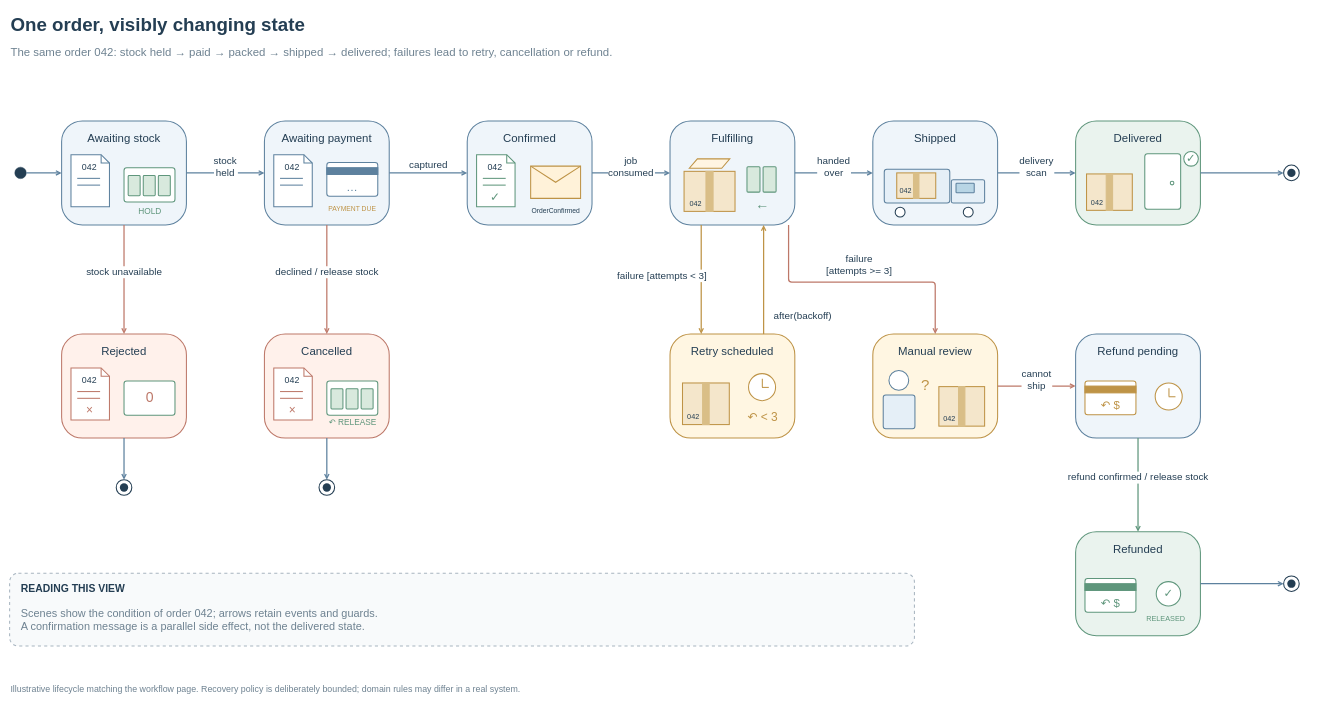
Before: page "Order lifecycle" (2 of 2) of examples/ecommerce-order.drawio in henry867/drawio-visuals-skill, a draw.io diagram. Source tidied: cells renumbered, new cells numbered last; positions are measured from the earlier drawing's top-left corner, leaving out a move shared by most shapes. Both pictures are drawn from the tidied source at 52%, with x=0, y=0 at pixel (9, 9).
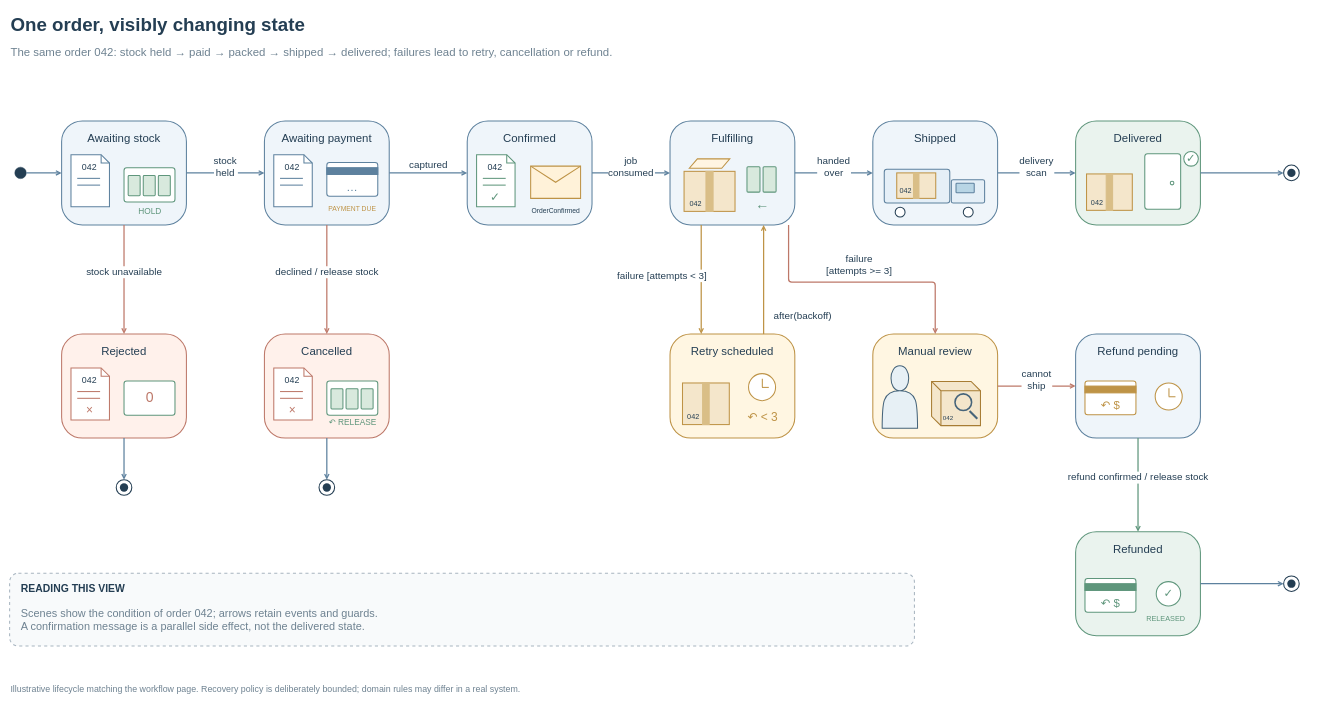
The same page after the edit.

Unchanged cells that the change refers to:
```xml
<mxCell id="14" value="Manual review" style="html=1;whiteSpace=wrap;fontFamily=Helvetica;fontSize=22;fontColor=#243E53;rounded=1;arcSize=12;fillColor=#FFF6E2;strokeColor=#BE9346;strokeWidth=2;arcSize=20;fontSize=22;verticalAlign=top;spacingTop=14;fontSize=22;" parent="1" vertex="1">
  <mxGeometry x="1660" y="625" width="240" height="200" as="geometry" />
</mxCell>
```

What changed in the source:
```diff
@@
-    <mxCell id="115" style="html=1;whiteSpace=wrap;fontFamily=Helvetica;fontSize=16;fontColor=#243E53;strokeWidth=2;ellipse;fillColor=#FFFFFF;strokeColor=#5D819E;fontColor=#5D819E;fontSize=22;" parent="14" vertex="1">
-      <mxGeometry x="31" y="70" width="38" height="38" as="geometry" />
-    </mxCell>
-    <mxCell id="116" style="html=1;whiteSpace=wrap;fontFamily=Helvetica;fontSize=16;fontColor=#243E53;strokeWidth=2;rounded=1;arcSize=8;strokeColor=#5D819E;fillColor=#E5EFF7;" parent="14" vertex="1">
-      <mxGeometry x="20" y="117" width="61" height="65" as="geometry" />
-    </mxCell>
-    <mxCell id="117" style="html=1;whiteSpace=wrap;fontFamily=Helvetica;fontSize=16;fontColor=#243E53;strokeWidth=2;rounded=1;arcSize=8;strokeColor=#BE9346;fillColor=#F4E6CB;rounded=0;" parent="14" vertex="1">
-      <mxGeometry x="127" y="101" width="88" height="76" as="geometry" />
-    </mxCell>
-    <mxCell id="118" style="html=1;whiteSpace=wrap;fontFamily=Helvetica;fontSize=16;fontColor=#243E53;strokeWidth=2;rounded=1;arcSize=8;strokeColor=#D9BE87;fillColor=#D9BE87;rounded=0;" parent="117" vertex="1">
-      <mxGeometry x="37.8" width="12.3" height="76" as="geometry" />
-    </mxCell>
-    <mxCell id="119" value="042" style="html=1;whiteSpace=wrap;fontFamily=Helvetica;fontSize=16;fontColor=#243E53;strokeWidth=2;text;strokeColor=none;fillColor=none;fontSize=15;fontColor=#243E53;fontSize=14;align=center;verticalAlign=middle;spacing=0;" parent="117" vertex="1">
-      <mxGeometry x="5" y="50" width="30.8" height="21" as="geometry" />
-    </mxCell>
-    <mxCell id="120" value="?" style="html=1;whiteSpace=wrap;fontFamily=Helvetica;fontSize=16;fontColor=#243E53;strokeWidth=2;text;strokeColor=none;fillColor=none;fontSize=29;fontColor=#BE9346;align=center;verticalAlign=middle;spacing=0;" parent="14" vertex="1">
-      <mxGeometry x="83" y="80" width="36" height="35" as="geometry" />
-    </mxCell>
@@
+    <mxCell id="116" style="html=1;whiteSpace=wrap;fontFamily=Helvetica;fontSize=20;fontColor=#243E53;strokeWidth=2;shape=actor;fillColor=#E7F0F5;strokeColor=#46647A;" parent="14" vertex="1">
+      <mxGeometry x="18" y="61" width="68" height="120" as="geometry" />
+    </mxCell>
+    <mxCell id="117" style="html=1;whiteSpace=wrap;fontFamily=Helvetica;fontSize=20;fontColor=#243E53;strokeWidth=2;shape=cube;size=18;fillColor=#F4E6CB;strokeColor=#A77C33;" parent="14" vertex="1">
+      <mxGeometry x="113" y="91" width="94" height="85" as="geometry" />
+    </mxCell>
+    <mxCell id="119" value="042" style="html=1;whiteSpace=wrap;fontFamily=Helvetica;fontSize=20;fontColor=#243E53;strokeWidth=2;text;strokeColor=none;fillColor=none;align=center;verticalAlign=middle;fontSize=12;" parent="117" vertex="1">
+      <mxGeometry x="18" y="62" width="28" height="17" as="geometry" />
+    </mxCell>
+    <mxCell id="132" style="html=1;whiteSpace=wrap;fontFamily=Helvetica;fontSize=20;fontColor=#243E53;strokeWidth=2;ellipse;fillColor=none;strokeColor=#46647A;strokeWidth=3;" parent="117" vertex="1">
+      <mxGeometry x="45" y="24" width="32" height="32" as="geometry" />
+    </mxCell>
+    <mxCell id="133" style="html=1;whiteSpace=wrap;fontFamily=Helvetica;fontSize=20;fontColor=#243E53;strokeWidth=2;shape=line;rotation=45;strokeColor=#46647A;strokeWidth=4;" parent="117" vertex="1">
+      <mxGeometry x="70" y="64" width="21" height="1" as="geometry" />
+    </mxCell>
```
